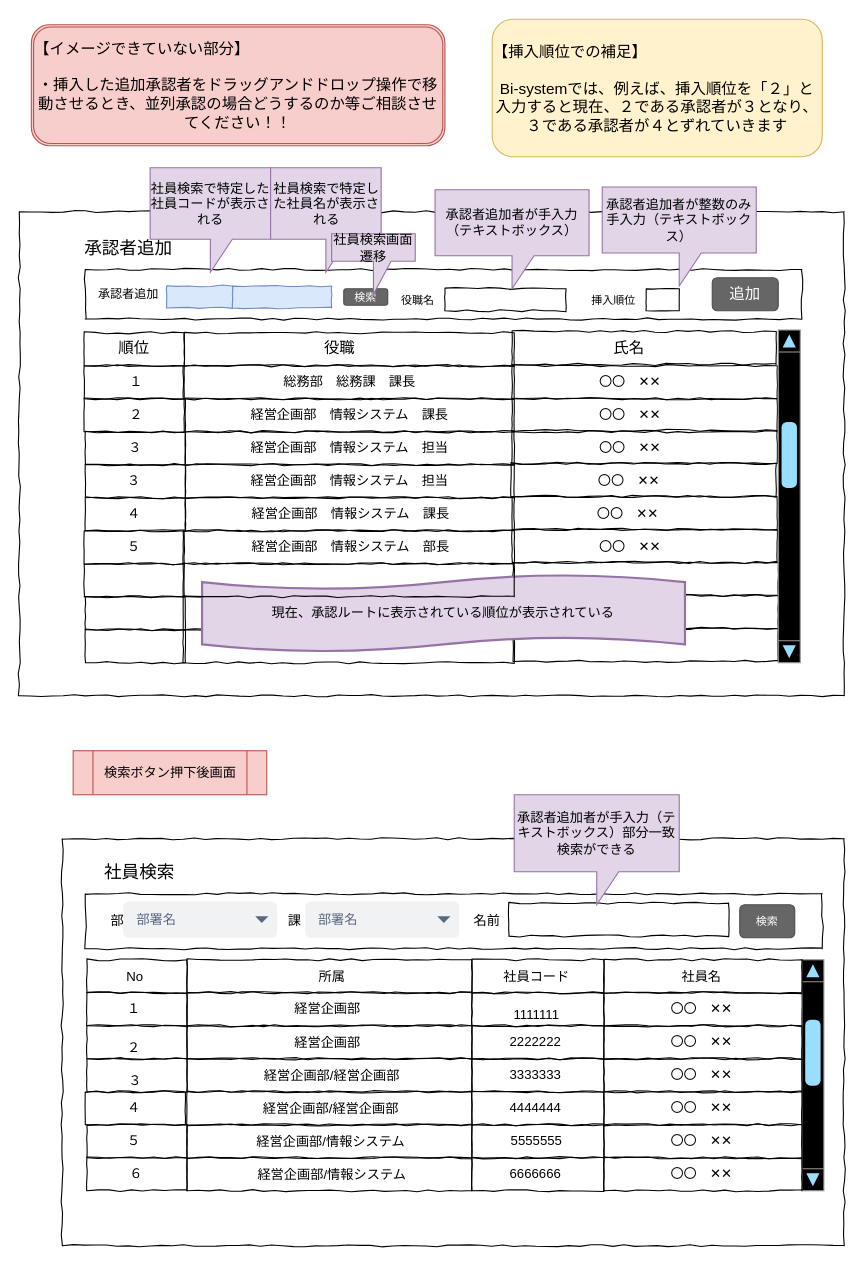
This is page "s021承認者追加" (2 of 5) of docs/設計資料/01_画面/画面イメージ.drawio from haphuongnt96/Django-REST-Practice, a draw.io file, before an edit. Source tidied: cells renumbered, new cells numbered last; positions are measured from the earlier drawing's top-left corner, leaving out a move shared by most shapes. Both pictures are drawn from the tidied source at 110%, with x=0, y=0 at pixel (19, 19).
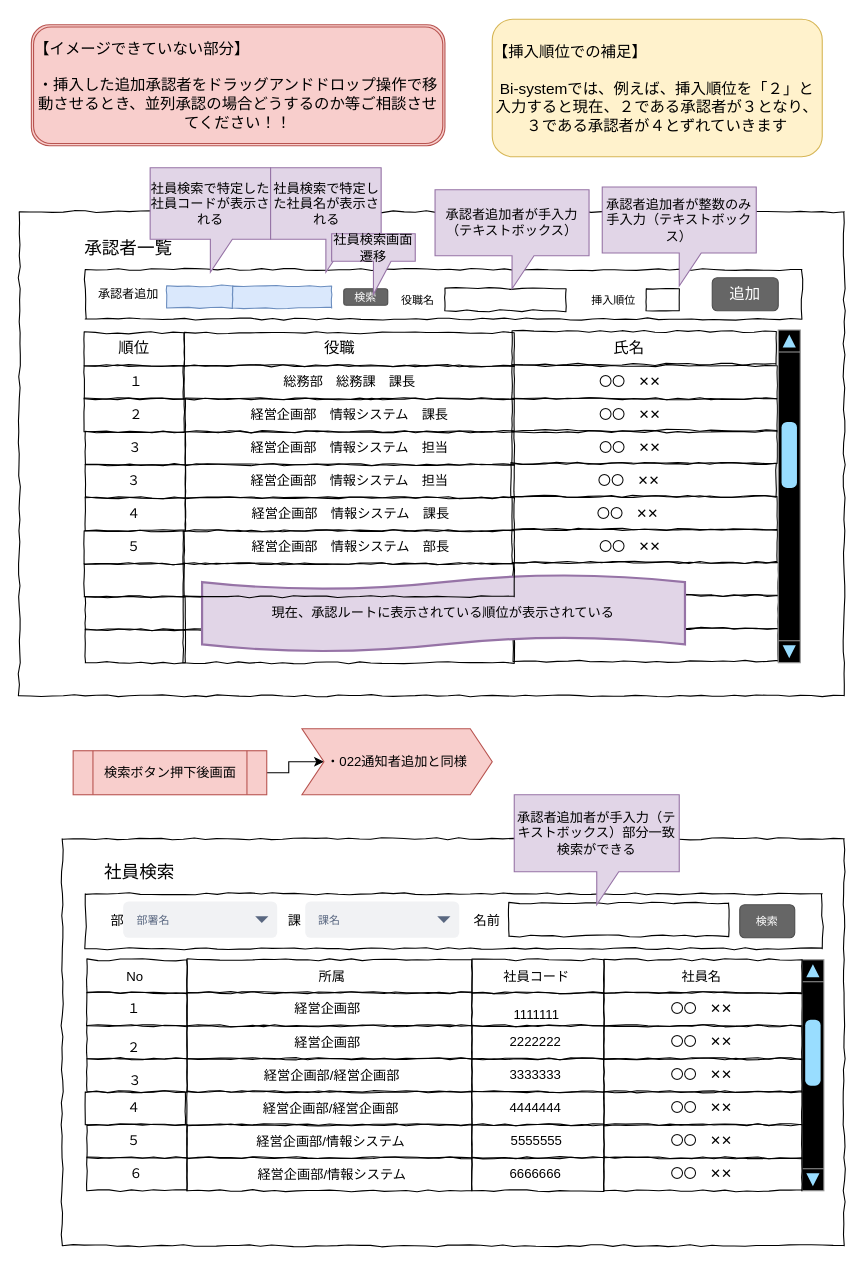
After the change.

Commit message:
s022通知者追加の画面イメージを作成

The change refers to these unchanged cells:
```xml
<mxCell id="71" value="検索ボタン押下後画面" style="shape=process;whiteSpace=wrap;html=1;backgroundOutline=1;fillColor=#f8cecc;strokeColor=#b85450;" parent="1" vertex="1">
  <mxGeometry x="49" y="665" width="176" height="40" as="geometry" />
</mxCell>
```

Diff of the diagram source:
```diff
@@
-    <mxCell id="3" value="&lt;font style=&quot;font-size: 16px&quot;&gt;承認者追加&lt;/font&gt;" style="text;html=1;align=center;verticalAlign=middle;fillColor=none;strokeColor=none;rounded=0;dashed=1;fontSize=27;" parent="1" vertex="1">
+    <mxCell id="3" value="&lt;font style=&quot;font-size: 16px&quot;&gt;承認者一覧&lt;/font&gt;" style="text;html=1;align=center;verticalAlign=middle;fillColor=none;strokeColor=none;rounded=0;dashed=1;fontSize=27;" parent="1" vertex="1">
       <mxGeometry x="49" y="185" width="100" height="40" as="geometry" />
     </mxCell>
@@
+    <mxCell id="145" style="edgeStyle=orthogonalEdgeStyle;rounded=0;jettySize=auto;html=1;" parent="1" edge="1" source="71" target="146">
+      <mxGeometry relative="1" as="geometry" />
+    </mxCell>
@@
-    <mxCell id="76" value="部署名" style="rounded=1;fillColor=#F1F2F4;strokeColor=none;html=1;fontColor=#596780;align=left;fontSize=12;spacingLeft=10;sketch=0;" parent="1" vertex="1">
+    <mxCell id="76" value="&lt;font style=&quot;font-size: 10px&quot;&gt;部署名&lt;/font&gt;" style="rounded=1;fillColor=#F1F2F4;strokeColor=none;html=1;fontColor=#596780;align=left;fontSize=12;spacingLeft=10;sketch=0;" parent="1" vertex="1">
       <mxGeometry x="94.5" y="802" width="140" height="33" as="geometry" />
     </mxCell>
@@
-    <mxCell id="78" value="部署名" style="rounded=1;fillColor=#F1F2F4;strokeColor=none;html=1;fontColor=#596780;align=left;fontSize=12;spacingLeft=10;sketch=0;" parent="1" vertex="1">
+    <mxCell id="78" value="&lt;font style=&quot;font-size: 10px&quot;&gt;課名&lt;/font&gt;" style="rounded=1;fillColor=#F1F2F4;strokeColor=none;html=1;fontColor=#596780;align=left;fontSize=12;spacingLeft=10;sketch=0;" parent="1" vertex="1">
       <mxGeometry x="260" y="802" width="140" height="33" as="geometry" />
     </mxCell>
@@
+    <mxCell id="146" value="・022通知者追加と同様" style="shape=step;perimeter=stepPerimeter;whiteSpace=wrap;html=1;fixedSize=1;strokeColor=#b85450;fillColor=#f8cecc;" parent="1" vertex="1">
+      <mxGeometry x="257" y="645" width="173" height="60" as="geometry" />
+    </mxCell>
```
